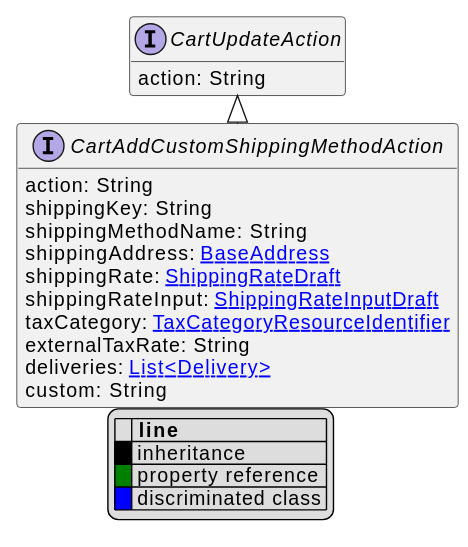
This is uml/api/svg/CartAddCustomShippingMethodAction.svg from commercetools/commercetools-api-reference, a PlantUML export, as it was before one commit. Source of this version:
```plantuml
@startuml
!pragma layout elk
hide empty fields
hide empty methods
legend
|= |= line |
|<back:black>   </back>| inheritance |
|<back:green>   </back>| property reference |
|<back:blue>   </back>| discriminated class |
endlegend
interface CartAddCustomShippingMethodAction [[CartAddCustomShippingMethodAction.svg]] extends CartUpdateAction {
    action: String
    shippingKey: String
    shippingMethodName: String
    shippingAddress: [[BaseAddress.svg BaseAddress]]
    shippingRate: [[ShippingRateDraft.svg ShippingRateDraft]]
    shippingRateInput: [[ShippingRateInputDraft.svg ShippingRateInputDraft]]
    taxCategory: [[TaxCategoryResourceIdentifier.svg TaxCategoryResourceIdentifier]]
    externalTaxRate: String
    deliveries: [[Delivery.svg List<Delivery>]]
    custom: String
}
interface CartUpdateAction [[CartUpdateAction.svg]]  {
    action: String
}





@enduml
```
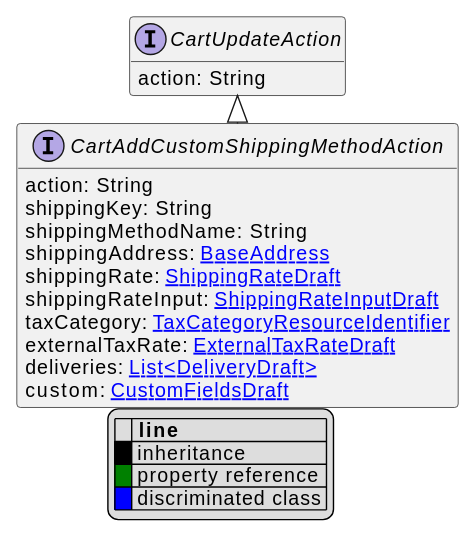
The same file after the commit.

Diff of the diagram source:
```diff
@@ -16,9 +16,9 @@
     shippingRate: [[ShippingRateDraft.svg ShippingRateDraft]]
     shippingRateInput: [[ShippingRateInputDraft.svg ShippingRateInputDraft]]
     taxCategory: [[TaxCategoryResourceIdentifier.svg TaxCategoryResourceIdentifier]]
-    externalTaxRate: String
-    deliveries: [[Delivery.svg List<Delivery>]]
-    custom: String
+    externalTaxRate: [[ExternalTaxRateDraft.svg ExternalTaxRateDraft]]
+    deliveries: [[DeliveryDraft.svg List<DeliveryDraft>]]
+    custom: [[CustomFieldsDraft.svg CustomFieldsDraft]]
 }
 interface CartUpdateAction [[CartUpdateAction.svg]]  {
     action: String
```
